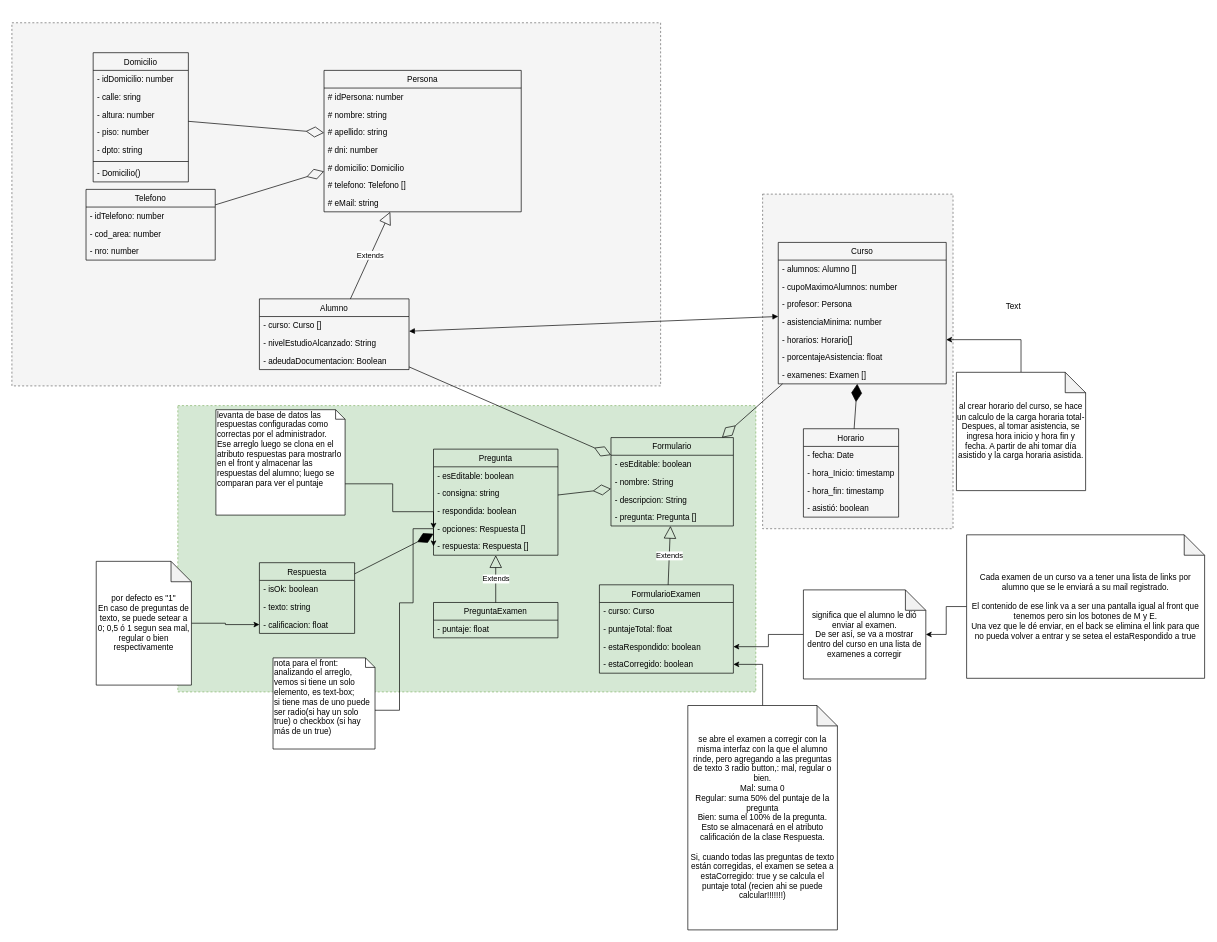
The draw.io diagram - UML/diagrama_proyecto_final.drawio in mariela21180/institucional-cfp, before the edit. Source tidied: cells renumbered, new cells numbered last; positions are measured from the earlier drawing's top-left corner, leaving out a move shared by most shapes. Both pictures are drawn from the tidied source at 68%, with x=0, y=0 at pixel (12, 22).
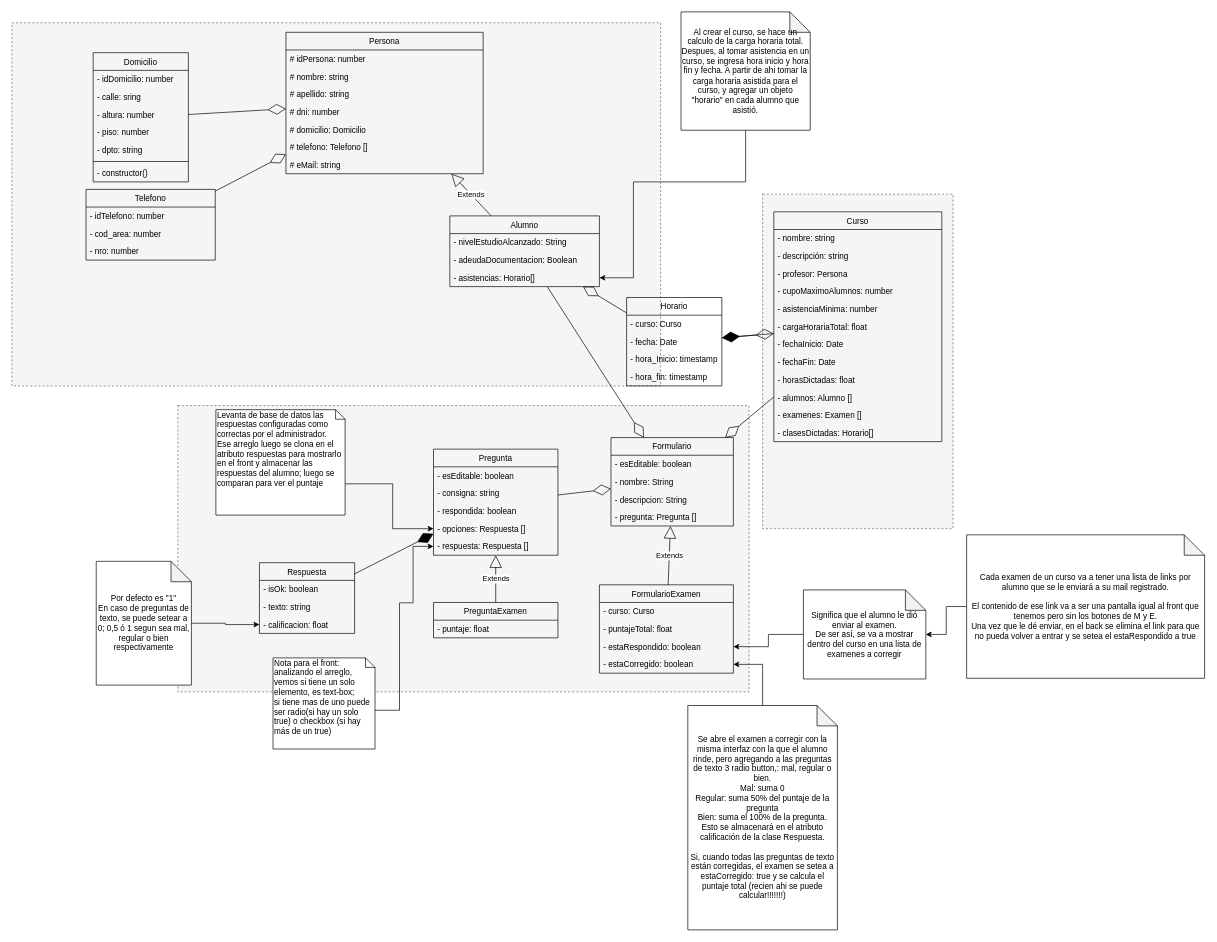
The same diagram, later.

Commit message:
UML #1 - Correcciones a clases Curso/Alumno/Horario

Unchanged cells that the change refers to:
```xml
<mxCell id="41" value="Domicilio" style="swimlane;fontStyle=0;horizontal=1;startSize=26;fillColor=none;" parent="1" vertex="1">
  <mxGeometry x="119.5" y="44" width="140" height="190" as="geometry" />
</mxCell>
<mxCell id="71" value="- opciones: Respuesta []" style="text;strokeColor=none;fillColor=none;align=left;verticalAlign=top;spacingLeft=4;spacingRight=4;overflow=hidden;points=[[0,0.5],[1,0.5]];portConstraint=eastwest;" parent="67" vertex="1">
  <mxGeometry y="104" width="183" height="26" as="geometry" />
</mxCell>
<mxCell id="72" value="- respuesta: Respuesta []" style="text;strokeColor=none;fillColor=none;align=left;verticalAlign=top;spacingLeft=4;spacingRight=4;overflow=hidden;points=[[0,0.5],[1,0.5]];portConstraint=eastwest;" parent="67" vertex="1">
  <mxGeometry y="130" width="183" height="26" as="geometry" />
</mxCell>
```

What changed in the source:
```diff
@@
-    <mxCell id="4" style="rounded=0;whiteSpace=wrap;html=1;dashed=1;fillColor=#d5e8d4;strokeColor=#82b366;" parent="1" vertex="1">
-      <mxGeometry x="244" y="563" width="850" height="421" as="geometry" />
+    <mxCell id="4" style="rounded=0;whiteSpace=wrap;html=1;dashed=1;fillColor=#f5f5f5;strokeColor=#666666;fontColor=#333333;" parent="1" vertex="1">
+      <mxGeometry x="244" y="563" width="840" height="421" as="geometry" />
     </mxCell>
     <mxCell id="5" value="Curso" style="swimlane;fontStyle=0;horizontal=1;startSize=26;fillColor=none;" parent="1" vertex="1">
-      <mxGeometry x="1127" y="323" width="247" height="208" as="geometry" />
+      <mxGeometry x="1120.5" y="278" width="247" height="338" as="geometry" />
     </mxCell>
+    <mxCell id="90" value="- nombre: string" style="text;strokeColor=none;fillColor=none;align=left;verticalAlign=top;spacingLeft=4;spacingRight=4;overflow=hidden;" parent="5" vertex="1">
+      <mxGeometry y="26" width="247" height="26" as="geometry" />
+    </mxCell>
+    <mxCell id="91" value="- descripción: string" style="text;strokeColor=none;fillColor=none;align=left;verticalAlign=top;spacingLeft=4;spacingRight=4;overflow=hidden;" parent="5" vertex="1">
+      <mxGeometry y="52" width="247" height="26" as="geometry" />
+    </mxCell>
+    <mxCell id="8" value="- profesor: Persona" style="text;strokeColor=none;fillColor=none;align=left;verticalAlign=top;spacingLeft=4;spacingRight=4;overflow=hidden;" parent="5" vertex="1">
+      <mxGeometry y="78" width="247" height="26" as="geometry" />
+    </mxCell>
+    <mxCell id="7" value="- cupoMaximoAlumnos: number" style="text;strokeColor=none;fillColor=none;align=left;verticalAlign=top;spacingLeft=4;spacingRight=4;overflow=hidden;" parent="5" vertex="1">
+      <mxGeometry y="104" width="247" height="26" as="geometry" />
+    </mxCell>
+    <mxCell id="9" value="- asistenciaMinima: number" style="text;strokeColor=none;fillColor=none;align=left;verticalAlign=top;spacingLeft=4;spacingRight=4;overflow=hidden;" parent="5" vertex="1">
+      <mxGeometry y="130" width="247" height="26" as="geometry" />
+    </mxCell>
+    <mxCell id="11" value="- cargaHorariaTotal: float" style="text;strokeColor=none;fillColor=none;align=left;verticalAlign=top;spacingLeft=4;spacingRight=4;overflow=hidden;" parent="5" vertex="1">
+      <mxGeometry y="156" width="247" height="26" as="geometry" />
+    </mxCell>
+    <mxCell id="92" value="- fechaInicio: Date" style="text;strokeColor=none;fillColor=none;align=left;verticalAlign=top;spacingLeft=4;spacingRight=4;overflow=hidden;" parent="5" vertex="1">
+      <mxGeometry y="182" width="247" height="26" as="geometry" />
+    </mxCell>
+    <mxCell id="93" value="- fechaFin: Date" style="text;strokeColor=none;fillColor=none;align=left;verticalAlign=top;spacingLeft=4;spacingRight=4;overflow=hidden;" parent="5" vertex="1">
+      <mxGeometry y="208" width="247" height="26" as="geometry" />
+    </mxCell>
+    <mxCell id="94" value="- horasDictadas: float" style="text;strokeColor=none;fillColor=none;align=left;verticalAlign=top;spacingLeft=4;spacingRight=4;overflow=hidden;" parent="5" vertex="1">
+      <mxGeometry y="234" width="247" height="26" as="geometry" />
+    </mxCell>
     <mxCell id="6" value="- alumnos: Alumno []" style="text;strokeColor=none;fillColor=none;align=left;verticalAlign=top;spacingLeft=4;spacingRight=4;overflow=hidden;" parent="5" vertex="1">
-      <mxGeometry y="26" width="247" height="26" as="geometry" />
+      <mxGeometry y="260" width="247" height="26" as="geometry" />
     </mxCell>
-    <mxCell id="7" value="- cupoMaximoAlumnos: number" style="text;strokeColor=none;fillColor=none;align=left;verticalAlign=top;spacingLeft=4;spacingRight=4;overflow=hidden;" parent="5" vertex="1">
-      <mxGeometry y="52" width="247" height="26" as="geometry" />
-    </mxCell>
-    <mxCell id="8" value="- profesor: Persona" style="text;strokeColor=none;fillColor=none;align=left;verticalAlign=top;spacingLeft=4;spacingRight=4;overflow=hidden;" parent="5" vertex="1">
-      <mxGeometry y="78" width="247" height="26" as="geometry" />
-    </mxCell>
-    <mxCell id="9" value="- asistenciaMinima: number" style="text;strokeColor=none;fillColor=none;align=left;verticalAlign=top;spacingLeft=4;spacingRight=4;overflow=hidden;" parent="5" vertex="1">
-      <mxGeometry y="104" width="247" height="26" as="geometry" />
-    </mxCell>
-    <mxCell id="10" value="- horarios: Horario[]" style="text;strokeColor=none;fillColor=none;align=left;verticalAlign=top;spacingLeft=4;spacingRight=4;overflow=hidden;points=[[0,0.5],[1,0.5]];portConstraint=eastwest;" parent="5" vertex="1">
-      <mxGeometry y="130" width="247" height="26" as="geometry" />
-    </mxCell>
-    <mxCell id="11" value="- porcentajeAsistencia: float" style="text;strokeColor=none;fillColor=none;align=left;verticalAlign=top;spacingLeft=4;spacingRight=4;overflow=hidden;" parent="5" vertex="1">
-      <mxGeometry y="156" width="247" height="26" as="geometry" />
-    </mxCell>
     <mxCell id="12" value="- examenes: Examen []" style="text;strokeColor=none;fillColor=none;align=left;verticalAlign=top;spacingLeft=4;spacingRight=4;overflow=hidden;" parent="5" vertex="1">
-      <mxGeometry y="182" width="247" height="26" as="geometry" />
+      <mxGeometry y="286" width="247" height="26" as="geometry" />
     </mxCell>
+    <mxCell id="95" value="- clasesDictadas: Horario[]" style="text;strokeColor=none;fillColor=none;align=left;verticalAlign=top;spacingLeft=4;spacingRight=4;overflow=hidden;" parent="5" vertex="1">
+      <mxGeometry y="312" width="247" height="26" as="geometry" />
+    </mxCell>
     <mxCell id="13" value="Alumno" style="swimlane;fontStyle=0;horizontal=1;startSize=26;fillColor=none;" parent="1" vertex="1">
-      <mxGeometry x="364" y="406" width="220" height="104" as="geometry" />
+      <mxGeometry x="644" y="284" width="220" height="104" as="geometry" />
     </mxCell>
-    <mxCell id="14" value="- curso: Curso []" style="text;strokeColor=none;fillColor=none;align=left;verticalAlign=top;spacingLeft=4;spacingRight=4;overflow=hidden;" parent="13" vertex="1">
-      <mxGeometry y="26" width="220" height="26" as="geometry" />
-    </mxCell>
     <mxCell id="15" value="- nivelEstudioAlcanzado: String" style="text;strokeColor=none;fillColor=none;align=left;verticalAlign=top;spacingLeft=4;spacingRight=4;overflow=hidden;" parent="13" vertex="1">
-      <mxGeometry y="52" width="220" height="26" as="geometry" />
+      <mxGeometry y="26" width="220" height="26" as="geometry" />
     </mxCell>
     <mxCell id="16" value="- adeudaDocumentacion: Boolean" style="text;strokeColor=none;fillColor=none;align=left;verticalAlign=top;spacingLeft=4;spacingRight=4;overflow=hidden;" parent="13" vertex="1">
-      <mxGeometry y="78" width="220" height="26" as="geometry" />
+      <mxGeometry y="52" width="220" height="26" as="geometry" />
     </mxCell>
+    <mxCell id="10" value="- asistencias: Horario[]" style="text;strokeColor=none;fillColor=none;align=left;verticalAlign=top;spacingLeft=4;spacingRight=4;overflow=hidden;points=[[0,0.5],[1,0.5]];portConstraint=eastwest;" parent="13" vertex="1">
+      <mxGeometry y="78" width="220" height="26" as="geometry" />
+    </mxCell>
     <mxCell id="17" value="Persona" style="swimlane;fontStyle=0;horizontal=1;startSize=26;fillColor=none;" parent="1" vertex="1">
-      <mxGeometry x="459" y="70" width="290" height="208" as="geometry" />
+      <mxGeometry x="403" y="14" width="290" height="208" as="geometry" />
     </mxCell>
@@
-    <mxCell id="48" value="- Domicilio()" style="text;strokeColor=none;fillColor=none;align=left;verticalAlign=top;spacingLeft=4;spacingRight=4;overflow=hidden;" parent="41" vertex="1">
+    <mxCell id="48" value="- constructor()" style="text;strokeColor=none;fillColor=none;align=left;verticalAlign=top;spacingLeft=4;spacingRight=4;overflow=hidden;" parent="41" vertex="1">
       <mxGeometry y="164" width="140" height="26" as="geometry" />
     </mxCell>
@@
     <mxCell id="55" value="Horario" style="swimlane;fontStyle=0;horizontal=1;startSize=26;fillColor=none;" parent="1" vertex="1">
-      <mxGeometry x="1164" y="597" width="140" height="130" as="geometry" />
+      <mxGeometry x="904" y="404" width="140" height="130" as="geometry" />
     </mxCell>
-    <mxCell id="56" value="- fecha: Date" style="text;strokeColor=none;fillColor=none;align=left;verticalAlign=top;spacingLeft=4;spacingRight=4;overflow=hidden;" parent="55" vertex="1">
+    <mxCell id="56" value="- curso: Curso" style="text;strokeColor=none;fillColor=none;align=left;verticalAlign=top;spacingLeft=4;spacingRight=4;overflow=hidden;" parent="55" vertex="1">
       <mxGeometry y="26" width="140" height="26" as="geometry" />
     </mxCell>
+    <mxCell id="96" value="- fecha: Date" style="text;strokeColor=none;fillColor=none;align=left;verticalAlign=top;spacingLeft=4;spacingRight=4;overflow=hidden;" parent="55" vertex="1">
+      <mxGeometry y="52" width="140" height="26" as="geometry" />
+    </mxCell>
     <mxCell id="57" value="- hora_Inicio: timestamp" style="text;strokeColor=none;fillColor=none;align=left;verticalAlign=top;spacingLeft=4;spacingRight=4;overflow=hidden;" parent="55" vertex="1">
-      <mxGeometry y="52" width="140" height="26" as="geometry" />
+      <mxGeometry y="78" width="140" height="26" as="geometry" />
     </mxCell>
     <mxCell id="58" value="- hora_fin: timestamp" style="text;strokeColor=none;fillColor=none;align=left;verticalAlign=top;spacingLeft=4;spacingRight=4;overflow=hidden;" parent="55" vertex="1">
-      <mxGeometry y="78" width="140" height="26" as="geometry" />
+      <mxGeometry y="104" width="140" height="26" as="geometry" />
     </mxCell>
-    <mxCell id="59" value="- asistió: boolean" style="text;strokeColor=none;fillColor=none;align=left;verticalAlign=top;spacingLeft=4;spacingRight=4;overflow=hidden;" parent="55" vertex="1">
-      <mxGeometry y="104" width="140" height="26" as="geometry" />
-    </mxCell>
-    <mxCell id="60" style="endArrow=diamondThin;endFill=1;endSize=24;html=1;" parent="1" edge="1" source="55" target="5">
+    <mxCell id="60" style="endArrow=diamondThin;endFill=1;endSize=24;html=1;" parent="1" edge="1" source="5" target="55">
       <mxGeometry relative="1" as="geometry" />
     </mxCell>
-    <mxCell id="61" style="endArrow=block;startArrow=block;endFill=1;startFill=1;html=1;" parent="1" edge="1" source="5" target="13">
-      <mxGeometry relative="1" as="geometry" />
-    </mxCell>
     <mxCell id="62" style="edgeStyle=orthogonalEdgeStyle;rounded=0;jettySize=auto;html=1;entryX=0;entryY=0.5;entryDx=0;entryDy=0;" parent="1" edge="1" source="63" target="72">
       <mxGeometry relative="1" as="geometry">
         <Array as="points">
           <mxPoint x="570" y="1011" />
           <mxPoint x="570" y="853" />
           <mxPoint x="590" y="853" />
-          <mxPoint x="590" y="744" />
+          <mxPoint x="590" y="770" />
         </Array>
       </mxGeometry>
     </mxCell>
-    <mxCell id="63" value="nota para el front:&lt;br&gt;analizando el arreglo, vemos si tiene un solo elemento, es text-box;&lt;br&gt;si tiene mas de uno puede ser radio(si hay un solo true) o checkbox (si hay más de un true)" style="shape=note;whiteSpace=wrap;html=1;size=14;verticalAlign=top;align=left;spacingTop=-6;" parent="1" vertex="1">
+    <mxCell id="63" value="Nota para el front:&lt;br&gt;analizando el arreglo, vemos si tiene un solo elemento, es text-box;&lt;br&gt;si tiene mas de uno puede ser radio(si hay un solo true) o checkbox (si hay más de un true)" style="shape=note;whiteSpace=wrap;html=1;size=14;verticalAlign=top;align=left;spacingTop=-6;" parent="1" vertex="1">
       <mxGeometry x="384" y="934" width="150" height="134" as="geometry" />
     </mxCell>
     <mxCell id="64" style="edgeStyle=orthogonalEdgeStyle;rounded=0;jettySize=auto;html=1;entryX=0;entryY=0.5;entryDx=0;entryDy=0;" parent="1" edge="1" source="65" target="71">
       <mxGeometry relative="1" as="geometry">
         <Array as="points">
           <mxPoint x="560" y="678" />
-          <mxPoint x="560" y="719" />
+          <mxPoint x="560" y="744" />
         </Array>
       </mxGeometry>
     </mxCell>
-    <mxCell id="65" value="levanta de base de datos las respuestas configuradas como correctas por el administrador.&lt;br&gt;Ese arreglo luego se clona en el atributo respuestas para mostrarlo en el front y almacenar las respuestas del alumno; luego se comparan para ver el puntaje" style="shape=note;whiteSpace=wrap;html=1;size=14;verticalAlign=top;align=left;spacingTop=-6;" parent="1" vertex="1">
+    <mxCell id="65" value="Levanta de base de datos las respuestas configuradas como correctas por el administrador.&lt;br&gt;Ese arreglo luego se clona en el atributo respuestas para mostrarlo en el front y almacenar las respuestas del alumno; luego se comparan para ver el puntaje" style="shape=note;whiteSpace=wrap;html=1;size=14;verticalAlign=top;align=left;spacingTop=-6;" parent="1" vertex="1">
       <mxGeometry x="300" y="569" width="190" height="155" as="geometry" />
     </mxCell>
@@
     <mxCell id="78" style="edgeStyle=orthogonalEdgeStyle;rounded=0;jettySize=auto;html=1;entryX=1;entryY=0.5;entryDx=0;entryDy=0;" parent="1" edge="1" source="79" target="10">
-      <mxGeometry relative="1" as="geometry" />
+      <mxGeometry relative="1" as="geometry">
+        <Array as="points">
+          <mxPoint x="1079" y="234" />
+          <mxPoint x="914" y="234" />
+          <mxPoint x="914" y="375" />
+        </Array>
+      </mxGeometry>
     </mxCell>
-    <mxCell id="79" value="al crear horario del curso, se hace un calculo de la carga horaria total-&lt;br&gt;Despues, al tomar asistencia, se ingresa hora inicio y hora fin y fecha. A partir de ahi tomar día asistido y la carga horaria asistida." style="shape=note;whiteSpace=wrap;html=1;backgroundOutline=1;darkOpacity=0.05;" parent="1" vertex="1">
-      <mxGeometry x="1389" y="514" width="190" height="174" as="geometry" />
+    <mxCell id="79" value="Al crear el curso, se hace un calculo de la carga horaria total.&lt;br&gt;Despues, al tomar asistencia en un curso, se ingresa hora inicio y hora fin y fecha. A partir de ahi tomar la carga horaria asistida para el curso, y agregar un objeto &quot;horario&quot; en cada alumno que asistió." style="shape=note;whiteSpace=wrap;html=1;backgroundOutline=1;darkOpacity=0.05;" parent="1" vertex="1">
+      <mxGeometry x="984" y="-16" width="190" height="174" as="geometry" />
     </mxCell>
@@
-    <mxCell id="82" value="significa que el alumno le dió enviar al examen.&lt;br&gt;De ser así, se va a mostrar dentro del curso en una lista de examenes a corregir" style="shape=note;whiteSpace=wrap;html=1;backgroundOutline=1;darkOpacity=0.05;" parent="1" vertex="1">
+    <mxCell id="82" value="Significa que el alumno le dió enviar al examen.&lt;br&gt;De ser así, se va a mostrar dentro del curso en una lista de examenes a corregir" style="shape=note;whiteSpace=wrap;html=1;backgroundOutline=1;darkOpacity=0.05;" parent="1" vertex="1">
       <mxGeometry x="1164" y="834" width="180" height="131" as="geometry" />
     </mxCell>
@@
-    <mxCell id="84" value="se abre el examen a corregir con la misma interfaz con la que el alumno rinde, pero agregando a las preguntas de texto 3 radio button,: mal, regular o bien.&lt;br&gt;Mal: suma 0&lt;br&gt;Regular: suma 50% del puntaje de la pregunta&lt;br&gt;Bien: suma el 100% de la pregunta.&lt;br&gt;Esto se almacenará en el atributo calificación de la clase Respuesta.&lt;br&gt;&lt;br&gt;Si, cuando todas las preguntas de texto están corregidas, el examen se setea a estaCorregido: true y se calcula el puntaje total (recien ahi se puede calcular!!!!!!!)" style="shape=note;whiteSpace=wrap;html=1;backgroundOutline=1;darkOpacity=0.05;" parent="1" vertex="1">
+    <mxCell id="84" value="Se abre el examen a corregir con la misma interfaz con la que el alumno rinde, pero agregando a las preguntas de texto 3 radio button,: mal, regular o bien.&lt;br&gt;Mal: suma 0&lt;br&gt;Regular: suma 50% del puntaje de la pregunta&lt;br&gt;Bien: suma el 100% de la pregunta.&lt;br&gt;Esto se almacenará en el atributo calificación de la clase Respuesta.&lt;br&gt;&lt;br&gt;Si, cuando todas las preguntas de texto están corregidas, el examen se setea a estaCorregido: true y se calcula el puntaje total (recien ahi se puede calcular!!!!!!!)" style="shape=note;whiteSpace=wrap;html=1;backgroundOutline=1;darkOpacity=0.05;" parent="1" vertex="1">
       <mxGeometry x="994" y="1004" width="220" height="330" as="geometry" />
     </mxCell>
@@
-    <mxCell id="87" value="Text" style="text;html=1;align=left;verticalAlign=top;spacingTop=-4;" parent="1" vertex="1">
-      <mxGeometry x="1460" y="407" width="40" height="20" as="geometry" />
-    </mxCell>
@@
-    <mxCell id="89" value="por defecto es &quot;1&quot;&lt;br&gt;En caso de preguntas de texto, se puede setear a 0; 0,5 ó 1 segun sea mal, regular o bien respectivamente" style="shape=note;whiteSpace=wrap;html=1;backgroundOutline=1;darkOpacity=0.05;" parent="1" vertex="1">
+    <mxCell id="89" value="Por defecto es &quot;1&quot;&lt;br&gt;En caso de preguntas de texto, se puede setear a 0; 0,5 ó 1 segun sea mal, regular o bien respectivamente" style="shape=note;whiteSpace=wrap;html=1;backgroundOutline=1;darkOpacity=0.05;" parent="1" vertex="1">
       <mxGeometry x="124" y="792" width="140" height="182" as="geometry" />
     </mxCell>
+    <mxCell id="97" style="endArrow=diamondThin;endFill=0;endSize=24;html=1;" parent="1" edge="1" source="55" target="13">
+      <mxGeometry relative="1" as="geometry" />
+    </mxCell>
+    <mxCell id="98" style="endArrow=diamondThin;endFill=0;endSize=24;html=1;" parent="1" edge="1" source="55" target="5">
+      <mxGeometry relative="1" as="geometry" />
+    </mxCell>
```
